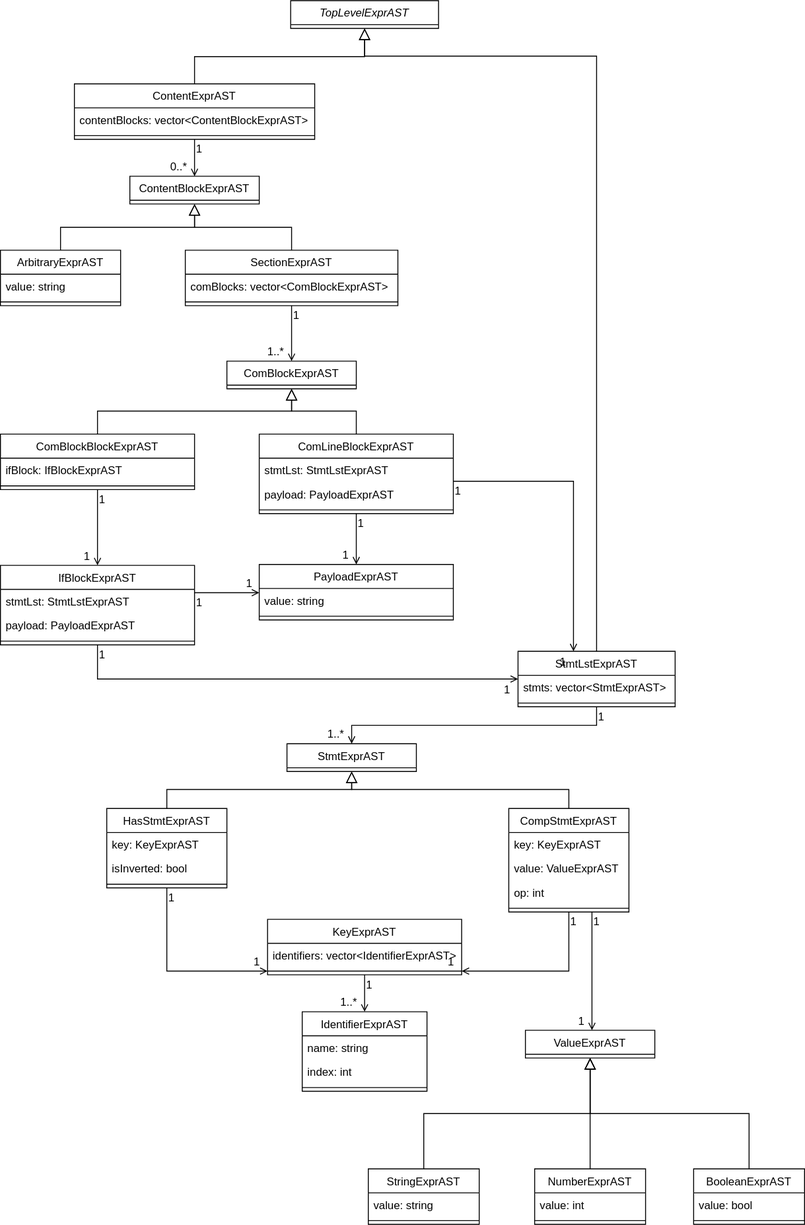
Above: media/class-diagram.svg in compose-generator/ccom (draw.io), before the change. Source tidied: cells renumbered, new cells last; positions are measured from the earlier drawing's top-left corner, leaving out a move shared by most shapes.
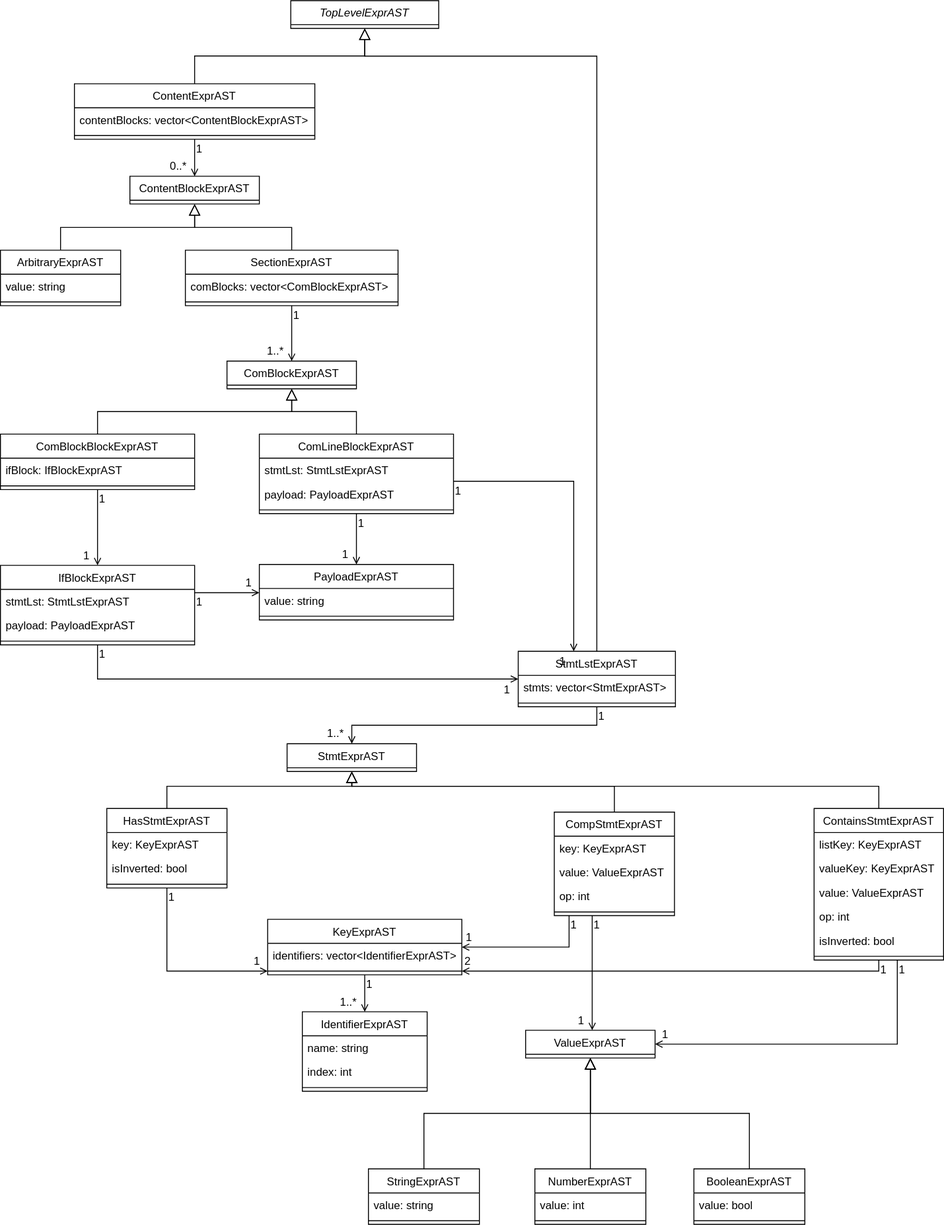
After the commit.

Commit message:
Update class diagram

What changed in the source:
```diff
@@ -241,7 +241,11 @@
       </mxGeometry>
     </mxCell>
     <mxCell id="62" style="endArrow=block;endSize=10;endFill=0;shadow=0;strokeWidth=1;rounded=0;edgeStyle=elbowEdgeStyle;elbow=vertical;" parent="1" edge="1" source="63" target="27">
-      <mxGeometry relative="1" as="geometry" />
+      <mxGeometry relative="1" as="geometry">
+        <Array as="points">
+          <mxPoint x="280" y="850" />
+        </Array>
+      </mxGeometry>
     </mxCell>
     <mxCell id="63" value="HasStmtExprAST" style="swimlane;fontStyle=0;align=center;verticalAlign=top;horizontal=1;startSize=26;rounded=0;shadow=0;strokeWidth=1;" parent="1" vertex="1">
       <mxGeometry x="115" y="874" width="130" height="86" as="geometry" />
@@ -256,7 +260,7 @@
       <mxGeometry y="78" width="130" height="8" as="geometry" />
     </mxCell>
     <mxCell id="67" value="CompStmtExprAST" style="swimlane;fontStyle=0;align=center;verticalAlign=top;horizontal=1;startSize=26;rounded=0;shadow=0;strokeWidth=1;" parent="1" vertex="1">
-      <mxGeometry x="550" y="874" width="130" height="112" as="geometry" />
+      <mxGeometry x="599" y="878" width="130" height="112" as="geometry" />
     </mxCell>
     <mxCell id="68" value="key: KeyExprAST" style="text;align=left;verticalAlign=top;spacingLeft=4;spacingRight=4;overflow=hidden;" parent="67" vertex="1">
       <mxGeometry y="26" width="130" height="26" as="geometry" />
@@ -271,7 +275,11 @@
       <mxGeometry y="104" width="130" height="8" as="geometry" />
     </mxCell>
     <mxCell id="72" style="endArrow=block;endSize=10;endFill=0;shadow=0;strokeWidth=1;rounded=0;edgeStyle=elbowEdgeStyle;elbow=vertical;" parent="1" edge="1" source="67" target="27">
-      <mxGeometry relative="1" as="geometry" />
+      <mxGeometry relative="1" as="geometry">
+        <Array as="points">
+          <mxPoint x="560" y="850" />
+        </Array>
+      </mxGeometry>
     </mxCell>
     <mxCell id="73" value="KeyExprAST" style="swimlane;fontStyle=0;align=center;verticalAlign=top;horizontal=1;startSize=26;rounded=0;shadow=0;strokeWidth=1;" parent="1" vertex="1">
       <mxGeometry x="289" y="994" width="210" height="60" as="geometry" />
@@ -330,7 +338,7 @@
     <mxCell id="86" style="endArrow=open;shadow=0;strokeWidth=1;rounded=0;endFill=1;edgeStyle=elbowEdgeStyle;elbow=vertical;" parent="1" edge="1" source="67" target="73">
       <mxGeometry x="0.5" y="41" relative="1" as="geometry">
         <Array as="points">
-          <mxPoint x="615" y="1050" />
+          <mxPoint x="615" y="1024" />
         </Array>
         <mxPoint x="-40" y="32" as="offset" />
       </mxGeometry>
@@ -342,7 +350,7 @@
     </mxCell>
     <mxCell id="88" value="1" style="align=right;verticalAlign=bottom;labelBackgroundColor=none;fontSize=12;" parent="86" vertex="1">
       <mxGeometry x="1" relative="1" as="geometry">
-        <mxPoint x="-7" y="-2" as="offset" />
+        <mxPoint x="13" y="-2" as="offset" />
       </mxGeometry>
     </mxCell>
     <mxCell id="89" value="ValueExprAST" style="swimlane;fontStyle=0;align=center;verticalAlign=top;horizontal=1;startSize=26;rounded=0;shadow=0;strokeWidth=1;" parent="1" vertex="1">
@@ -402,5 +410,69 @@
     <mxCell id="104" style="endArrow=block;endSize=10;endFill=0;shadow=0;strokeWidth=1;rounded=0;edgeStyle=elbowEdgeStyle;elbow=vertical;" parent="1" edge="1" source="99" target="89">
       <mxGeometry relative="1" as="geometry" />
     </mxCell>
+    <mxCell id="105" value="ContainsStmtExprAST" style="swimlane;fontStyle=0;align=center;verticalAlign=top;horizontal=1;startSize=26;rounded=0;shadow=0;strokeWidth=1;" parent="1" vertex="1">
+      <mxGeometry x="880" y="874" width="140" height="164" as="geometry" />
+    </mxCell>
+    <mxCell id="106" value="listKey: KeyExprAST" style="text;align=left;verticalAlign=top;spacingLeft=4;spacingRight=4;overflow=hidden;" parent="105" vertex="1">
+      <mxGeometry y="26" width="140" height="26" as="geometry" />
+    </mxCell>
+    <mxCell id="107" value="valueKey: KeyExprAST" style="text;align=left;verticalAlign=top;spacingLeft=4;spacingRight=4;overflow=hidden;" parent="105" vertex="1">
+      <mxGeometry y="52" width="140" height="26" as="geometry" />
+    </mxCell>
+    <mxCell id="108" value="value: ValueExprAST" style="text;align=left;verticalAlign=top;spacingLeft=4;spacingRight=4;overflow=hidden;" parent="105" vertex="1">
+      <mxGeometry y="78" width="140" height="26" as="geometry" />
+    </mxCell>
+    <mxCell id="109" value="op: int" style="text;align=left;verticalAlign=top;spacingLeft=4;spacingRight=4;overflow=hidden;" parent="105" vertex="1">
+      <mxGeometry y="104" width="140" height="26" as="geometry" />
+    </mxCell>
+    <mxCell id="110" value="isInverted: bool" style="text;align=left;verticalAlign=top;spacingLeft=4;spacingRight=4;overflow=hidden;" parent="105" vertex="1">
+      <mxGeometry y="130" width="140" height="26" as="geometry" />
+    </mxCell>
+    <mxCell id="111" style="line;html=1;strokeWidth=1;align=left;verticalAlign=middle;spacingTop=-1;spacingLeft=3;spacingRight=3;labelPosition=right;" parent="105" vertex="1">
+      <mxGeometry y="156" width="140" height="8" as="geometry" />
+    </mxCell>
+    <mxCell id="112" style="endArrow=block;endSize=10;endFill=0;shadow=0;strokeWidth=1;rounded=0;edgeStyle=elbowEdgeStyle;elbow=vertical;" parent="1" edge="1" source="105" target="27">
+      <mxGeometry relative="1" as="geometry">
+        <Array as="points">
+          <mxPoint x="670" y="850" />
+        </Array>
+      </mxGeometry>
+    </mxCell>
+    <mxCell id="113" style="endArrow=open;shadow=0;strokeWidth=1;rounded=0;endFill=1;edgeStyle=elbowEdgeStyle;elbow=vertical;" parent="1" edge="1" source="105" target="73">
+      <mxGeometry x="0.5" y="41" relative="1" as="geometry">
+        <Array as="points">
+          <mxPoint x="670" y="1050" />
+        </Array>
+        <mxPoint x="-40" y="32" as="offset" />
+      </mxGeometry>
+    </mxCell>
+    <mxCell id="114" value="1" style="align=left;verticalAlign=bottom;labelBackgroundColor=none;fontSize=12;" parent="113" vertex="1">
+      <mxGeometry x="-1" relative="1" as="geometry">
+        <mxPoint y="19" as="offset" />
+      </mxGeometry>
+    </mxCell>
+    <mxCell id="115" value="2" style="align=right;verticalAlign=bottom;labelBackgroundColor=none;fontSize=12;" parent="113" vertex="1">
+      <mxGeometry x="1" relative="1" as="geometry">
+        <mxPoint x="11" y="-2" as="offset" />
+      </mxGeometry>
+    </mxCell>
+    <mxCell id="116" style="endArrow=open;shadow=0;strokeWidth=1;rounded=0;endFill=1;edgeStyle=elbowEdgeStyle;elbow=vertical;" parent="1" edge="1" source="105" target="89">
+      <mxGeometry x="0.5" y="41" relative="1" as="geometry">
+        <Array as="points">
+          <mxPoint x="970" y="1129" />
+        </Array>
+        <mxPoint x="-40" y="32" as="offset" />
+      </mxGeometry>
+    </mxCell>
+    <mxCell id="117" value="1" style="align=left;verticalAlign=bottom;labelBackgroundColor=none;fontSize=12;" parent="116" vertex="1">
+      <mxGeometry x="-1" relative="1" as="geometry">
+        <mxPoint y="19" as="offset" />
+      </mxGeometry>
+    </mxCell>
+    <mxCell id="118" value="1" style="align=right;verticalAlign=bottom;labelBackgroundColor=none;fontSize=12;" parent="116" vertex="1">
+      <mxGeometry x="1" relative="1" as="geometry">
+        <mxPoint x="16" y="-2" as="offset" />
+      </mxGeometry>
+    </mxCell>
   </root>
 </mxGraphModel>
```
